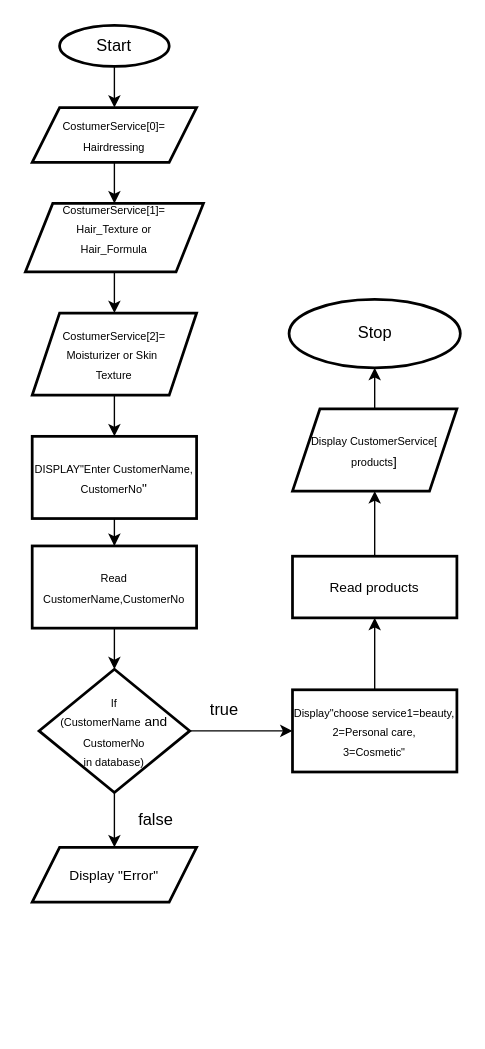
AviationMike13/Assignment_1 keeps this draw.io diagram as ICG_Customer.drawio. Above is the earlier version. Source tidied: cells renumbered, new cells numbered last; positions are measured from the earlier drawing's top-left corner, leaving out a move shared by most shapes. Both pictures are drawn from the tidied source at 137%, with x=0, y=0 at pixel (25, 25).
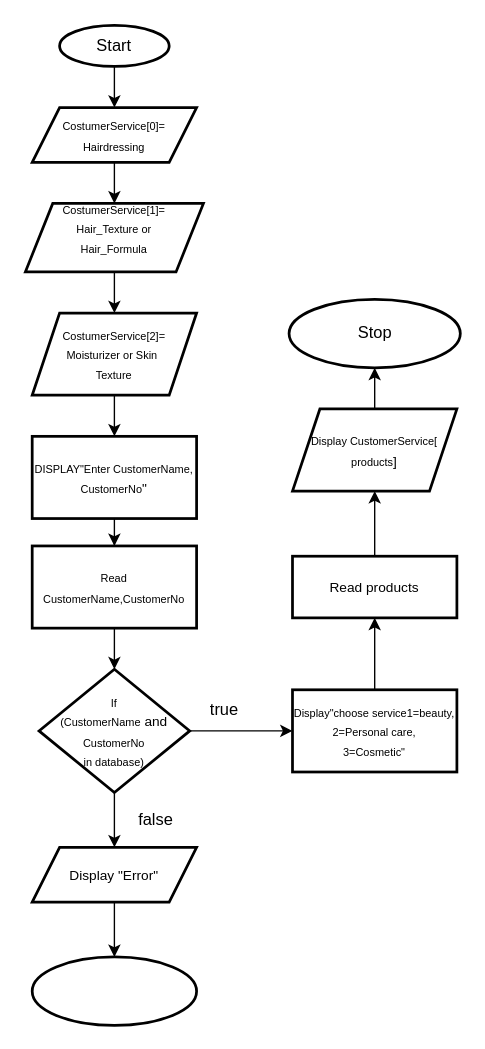
After the change.

Unchanged cells that the change refers to:
```xml
<mxCell id="24" value="&lt;font size=&quot;1&quot;&gt;Display &quot;Error&quot;&lt;/font&gt;" style="shape=parallelogram;perimeter=parallelogramPerimeter;whiteSpace=wrap;html=1;fixedSize=1;strokeWidth=2;" parent="1" vertex="1">
  <mxGeometry x="5" y="600" width="120" height="40" as="geometry" />
</mxCell>
```

Diff of the diagram source:
```diff
@@
+    <mxCell id="27" style="edgeStyle=orthogonalEdgeStyle;rounded=0;jettySize=auto;html=1;" parent="1" edge="1" source="24" target="28">
+      <mxGeometry relative="1" as="geometry" />
+    </mxCell>
@@
+    <mxCell id="28" style="ellipse;whiteSpace=wrap;html=1;strokeWidth=2;" parent="1" vertex="1">
+      <mxGeometry x="5" y="680" width="120" height="50" as="geometry" />
+    </mxCell>
```
